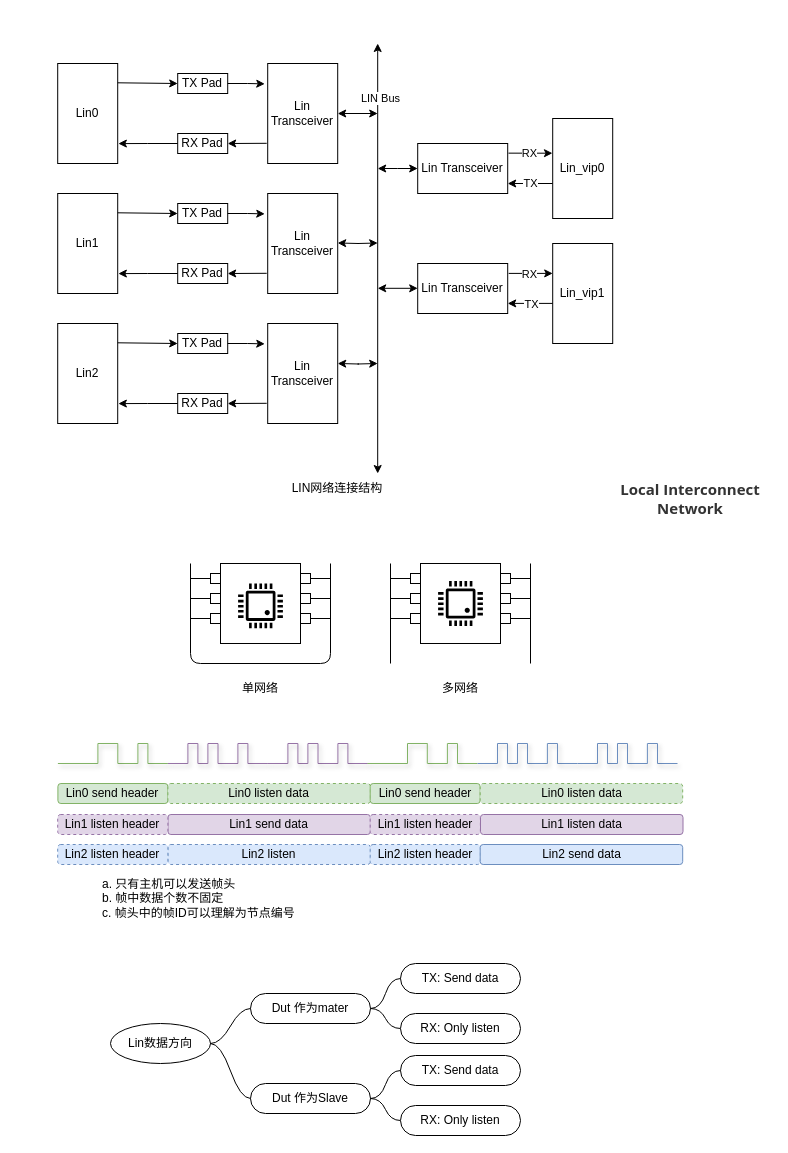
Above: page "协议规格" (1 of 4) of drawio/flexlin.drawio in iceyxy/flow-chart-drawio (draw.io), before the change. Source tidied: cells renumbered, new cells numbered last; positions are measured from the earlier drawing's top-left corner, leaving out a move shared by most shapes. Both pictures are drawn from the tidied source at 100%, with x=0, y=0 at pixel (57, 43).
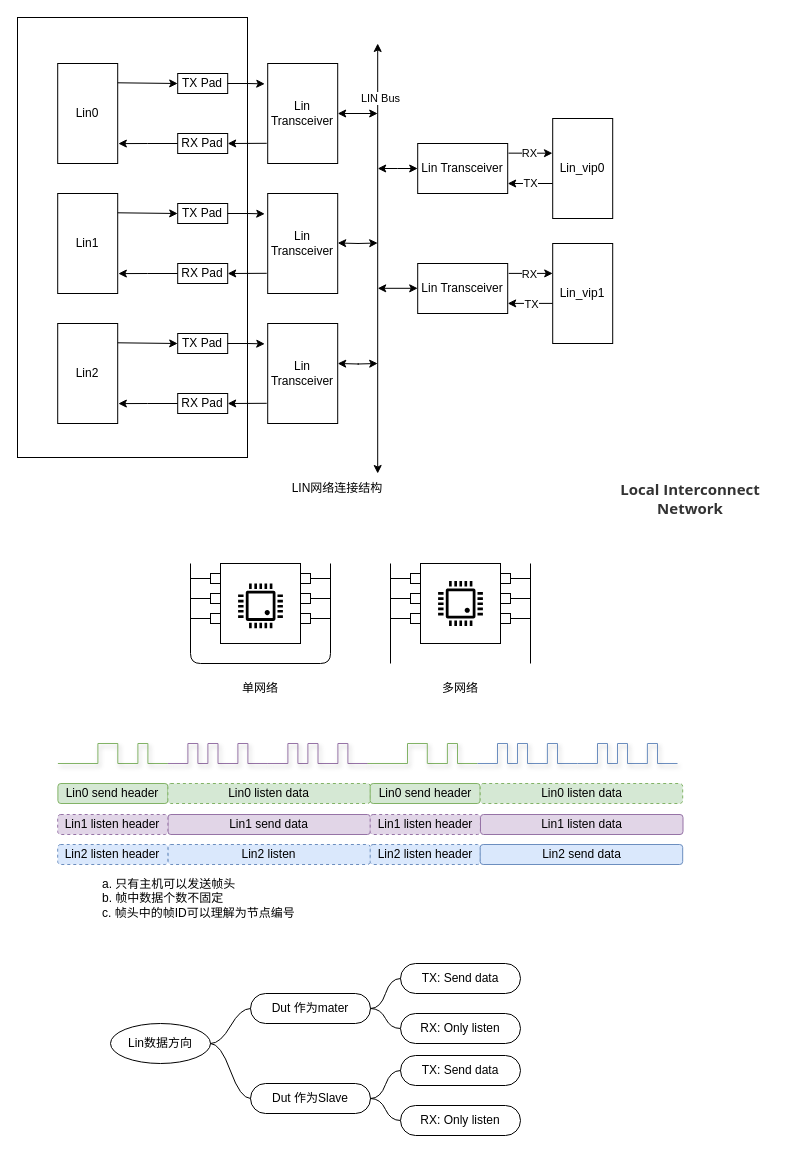
The same page after the edit.

Change to the diagram source:
```diff
@@
+    <mxCell id="186" style="rounded=0;whiteSpace=wrap;html=1;" parent="1" vertex="1">
+      <mxGeometry x="-40" y="-26" width="230" height="440" as="geometry" />
+    </mxCell>
```
